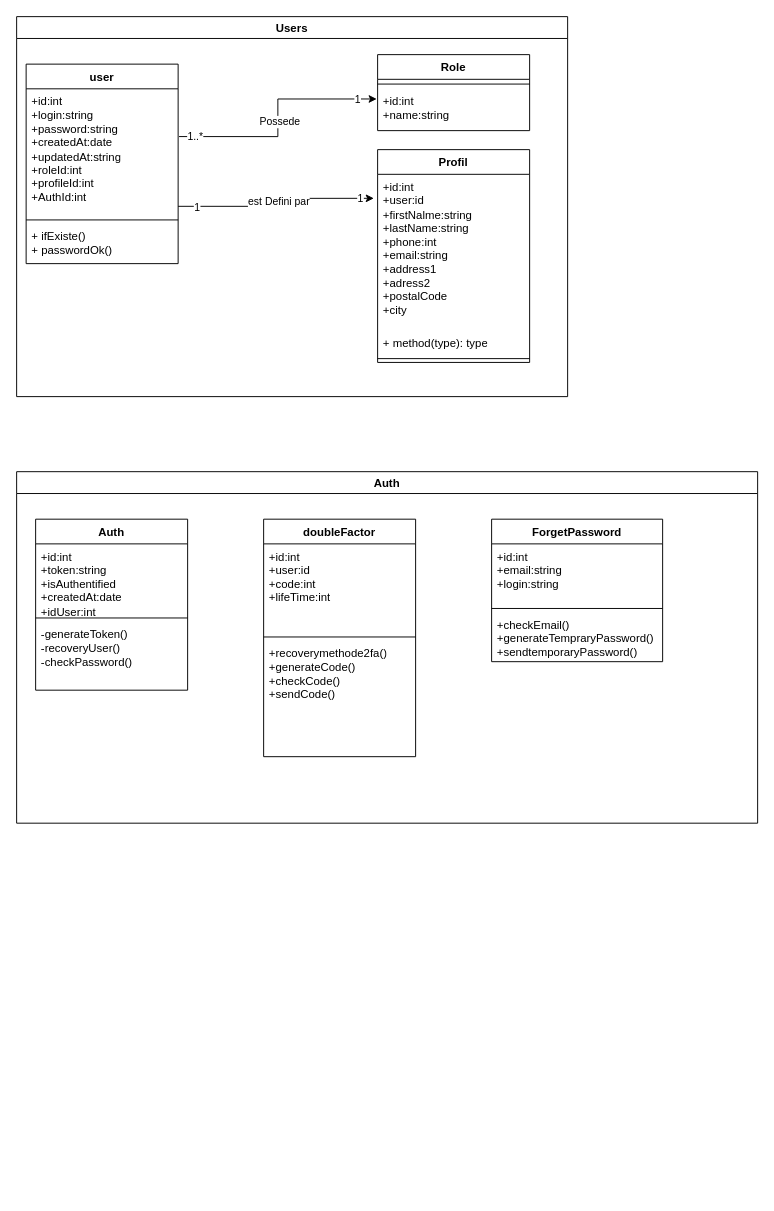
Earlier version of the draw.io diagram Diagramme sans nom.drawio (houckontape/tuxProject). Source tidied: cells renumbered, new cells numbered last; positions are measured from the earlier drawing's top-left corner, leaving out a move shared by most shapes. Both pictures are drawn from the tidied source at 95%, with x=0, y=0 at pixel (16, 16).
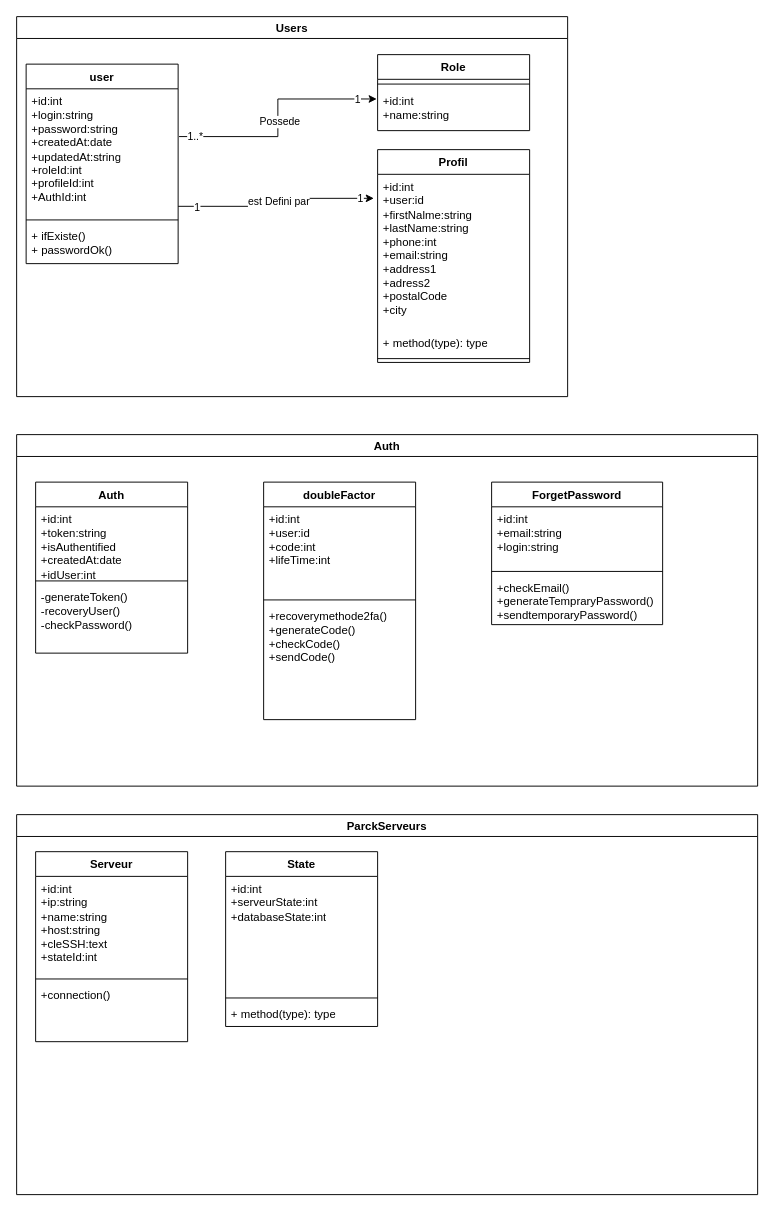
Above is the later version.

Commit message:
Mettre à jour Diagramme classes.drawio

The edit, as a diff of the source:
```diff
@@
     <mxCell id="22" value="Auth" style="swimlane;" parent="1" vertex="1">
-      <mxGeometry y="479" width="780" height="370" as="geometry" />
+      <mxGeometry y="440" width="780" height="370" as="geometry" />
     </mxCell>
@@
+    <mxCell id="35" value="ParckServeurs" style="swimlane;" parent="1" vertex="1">
+      <mxGeometry y="840" width="780" height="400" as="geometry" />
+    </mxCell>
+    <mxCell id="36" value="Serveur" style="swimlane;fontStyle=1;align=center;verticalAlign=top;horizontal=1;startSize=26;whiteSpace=wrap;html=1;" parent="35" vertex="1">
+      <mxGeometry x="20" y="39" width="160" height="200" as="geometry" />
+    </mxCell>
+    <mxCell id="37" value="&lt;div&gt;+id:int&lt;/div&gt;&lt;div&gt;+ip:string&lt;/div&gt;&lt;div&gt;+name:string&lt;/div&gt;&lt;div&gt;+host:string&lt;/div&gt;&lt;div&gt;+cleSSH:text&lt;br&gt;&lt;/div&gt;&lt;div&gt;+stateId:int&lt;br&gt;&lt;/div&gt;" style="text;strokeColor=none;fillColor=none;align=left;verticalAlign=top;spacingLeft=4;spacingRight=4;overflow=hidden;whiteSpace=wrap;html=1;" parent="36" vertex="1">
+      <mxGeometry y="26" width="160" height="104" as="geometry" />
+    </mxCell>
+    <mxCell id="38" style="line;strokeWidth=1;fillColor=none;align=left;verticalAlign=middle;spacingTop=-1;spacingLeft=3;spacingRight=3;labelPosition=right;strokeColor=inherit;" parent="36" vertex="1">
+      <mxGeometry y="130" width="160" height="8" as="geometry" />
+    </mxCell>
+    <mxCell id="39" value="&lt;div&gt;+connection()&lt;/div&gt;&lt;div&gt;&lt;br&gt;&lt;/div&gt;" style="text;strokeColor=none;fillColor=none;align=left;verticalAlign=top;spacingLeft=4;spacingRight=4;overflow=hidden;whiteSpace=wrap;html=1;" parent="36" vertex="1">
+      <mxGeometry y="138" width="160" height="62" as="geometry" />
+    </mxCell>
+    <mxCell id="40" value="State" style="swimlane;fontStyle=1;align=center;verticalAlign=top;horizontal=1;startSize=26;whiteSpace=wrap;html=1;" parent="35" vertex="1">
+      <mxGeometry x="220" y="39" width="160" height="184" as="geometry" />
+    </mxCell>
+    <mxCell id="41" value="&lt;div&gt;+id:int&lt;/div&gt;&lt;div&gt;+serveurState:int&lt;/div&gt;&lt;div&gt;+databaseState:int&lt;/div&gt;" style="text;strokeColor=none;fillColor=none;align=left;verticalAlign=top;spacingLeft=4;spacingRight=4;overflow=hidden;whiteSpace=wrap;html=1;" parent="40" vertex="1">
+      <mxGeometry y="26" width="160" height="124" as="geometry" />
+    </mxCell>
+    <mxCell id="42" style="line;strokeWidth=1;fillColor=none;align=left;verticalAlign=middle;spacingTop=-1;spacingLeft=3;spacingRight=3;labelPosition=right;strokeColor=inherit;" parent="40" vertex="1">
+      <mxGeometry y="150" width="160" height="8" as="geometry" />
+    </mxCell>
+    <mxCell id="43" value="+ method(type): type" style="text;strokeColor=none;fillColor=none;align=left;verticalAlign=top;spacingLeft=4;spacingRight=4;overflow=hidden;whiteSpace=wrap;html=1;" parent="40" vertex="1">
+      <mxGeometry y="158" width="160" height="26" as="geometry" />
+    </mxCell>
```
